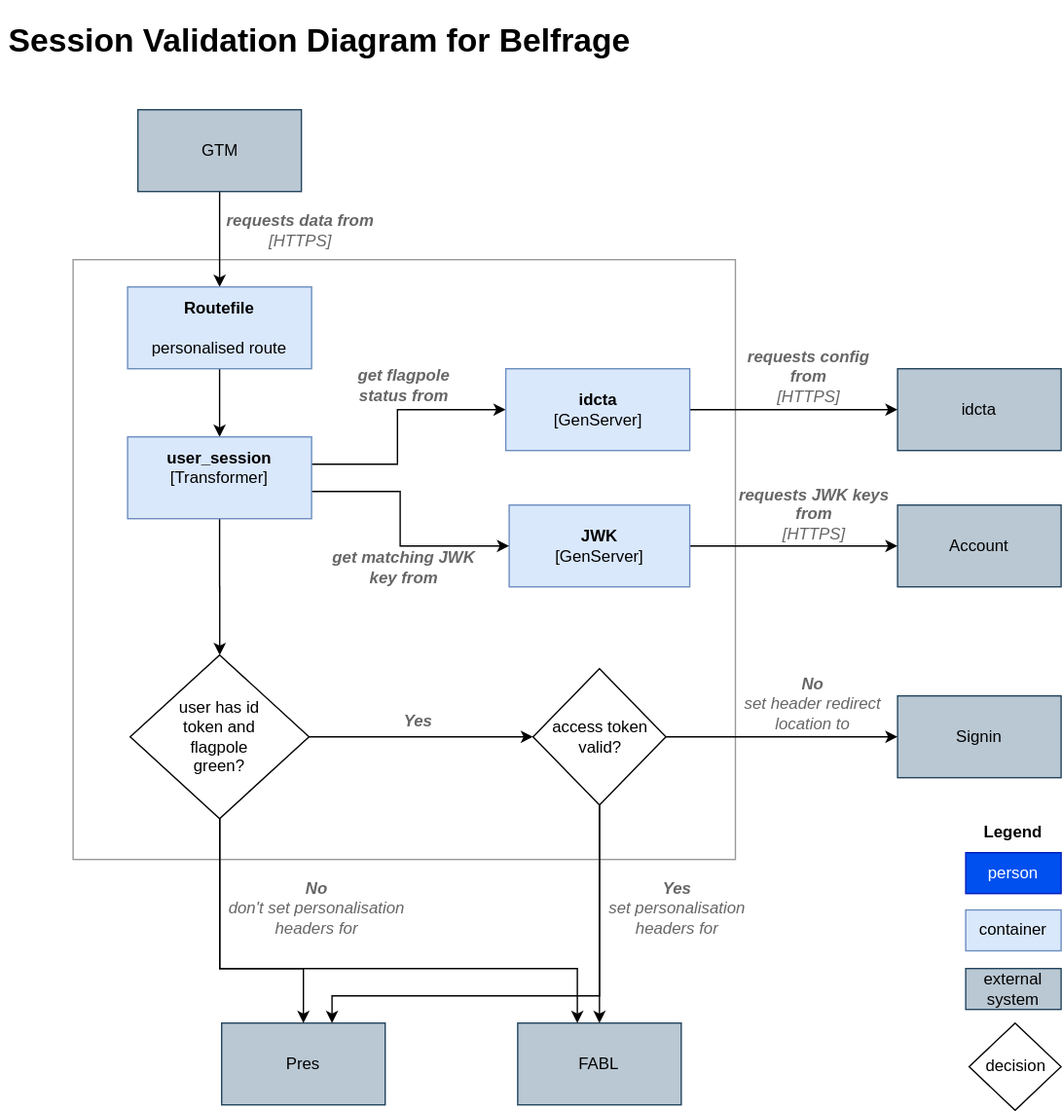
This is docs/img/session-validation.svg from tracy-o/learning-day, a draw.io export, as it was before one commit. Source tidied: cells renumbered, new cells last; positions are measured from the earlier drawing's top-left corner, leaving out a move shared by most shapes.
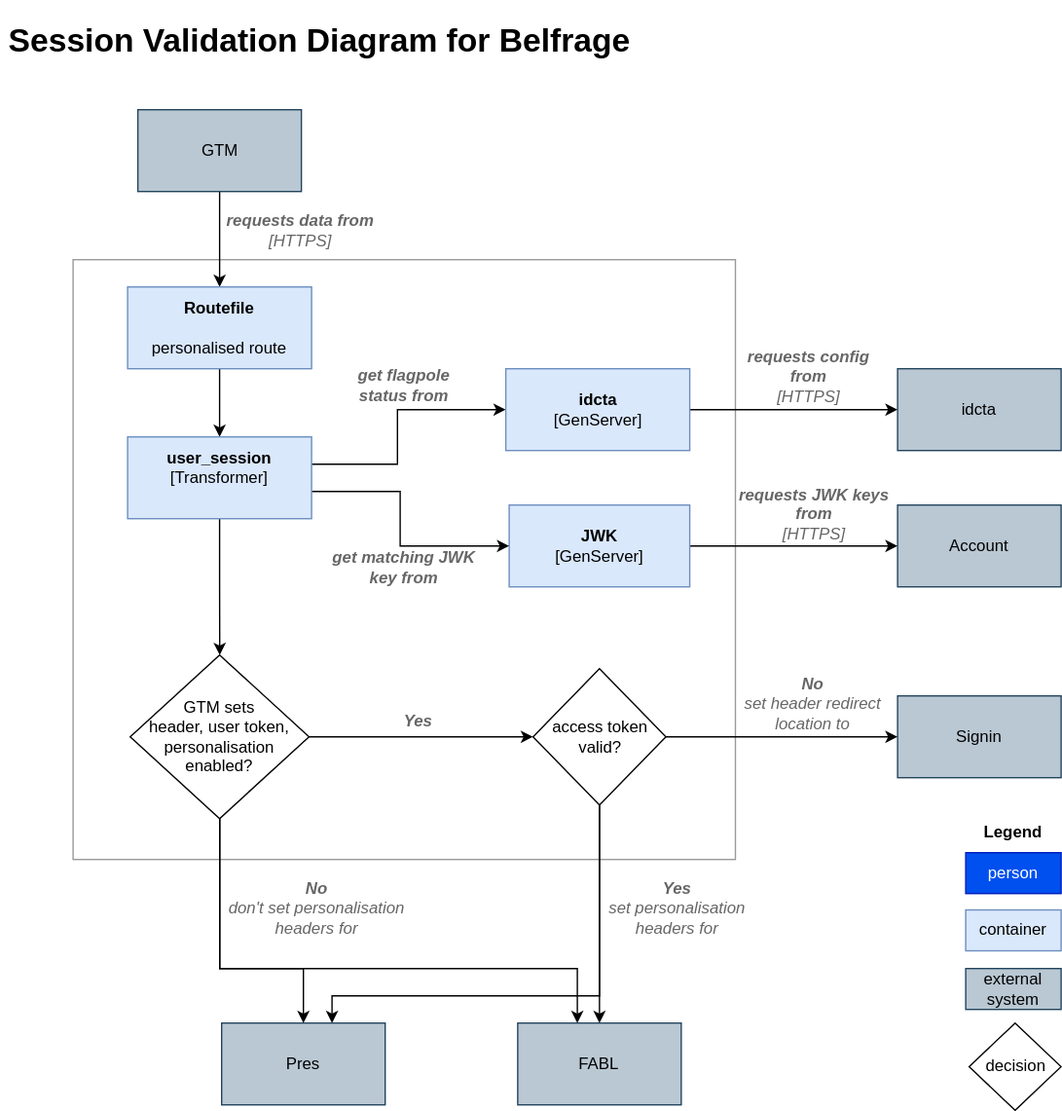
The same diagram one commit later.

Commit message:
update personalisation / session validation architectural diagram

Change to the diagram source:
```diff
@@ -125,7 +125,7 @@
         </Array>
       </mxGeometry>
     </mxCell>
-    <mxCell id="33" style="edgeStyle=orthogonalEdgeStyle;rounded=0;jettySize=auto;html=1;entryX=0.45;entryY=0.983;entryDx=0;entryDy=0;entryPerimeter=0;" parent="1" edge="1" source="34" target="12">
+    <mxCell id="33" style="edgeStyle=orthogonalEdgeStyle;rounded=0;jettySize=auto;html=1;" parent="1" edge="1" source="34" target="12">
       <mxGeometry relative="1" as="geometry">
         <Array as="points">
           <mxPoint x="160" y="700" />
@@ -133,7 +133,7 @@
         </Array>
       </mxGeometry>
     </mxCell>
-    <mxCell id="34" value="user has id &lt;br&gt;token and&lt;br&gt;flagpole&lt;br&gt;green?" style="rhombus;whiteSpace=wrap;html=1;" parent="1" vertex="1">
+    <mxCell id="34" value="GTM sets&lt;br&gt;header, user token,&lt;br&gt;personalisation&lt;br&gt;enabled?" style="rhombus;whiteSpace=wrap;html=1;" parent="1" vertex="1">
       <mxGeometry x="93.9" y="470" width="131.2" height="120" as="geometry" />
     </mxCell>
     <mxCell id="35" value="&lt;font color=&quot;#666666&quot;&gt;&lt;i&gt;&lt;b&gt;No&lt;/b&gt;&lt;br&gt;don't set personalisation&lt;br&gt;headers for&lt;br&gt;&lt;/i&gt;&lt;/font&gt;" style="text;html=1;strokeColor=none;fillColor=none;align=center;verticalAlign=middle;whiteSpace=wrap;rounded=0;" parent="1" vertex="1">
```
